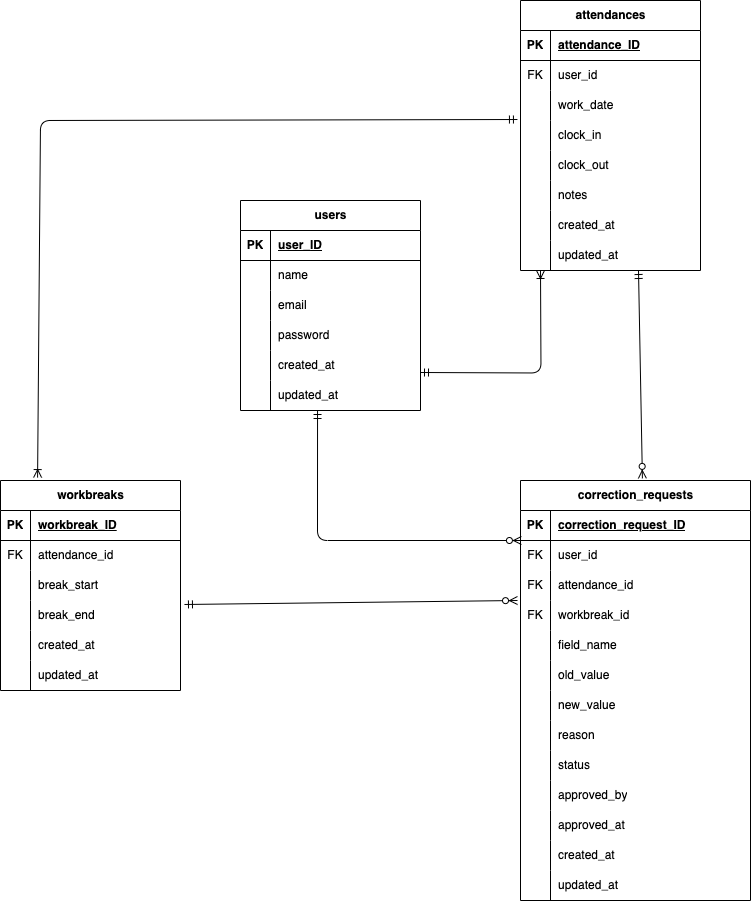
Maki625/mogi2 keeps this draw.io diagram as docs/er.drawio.png. Above is the earlier version. Source tidied: cells renumbered, new cells last; positions are measured from the earlier drawing's top-left corner, leaving out a move shared by most shapes.
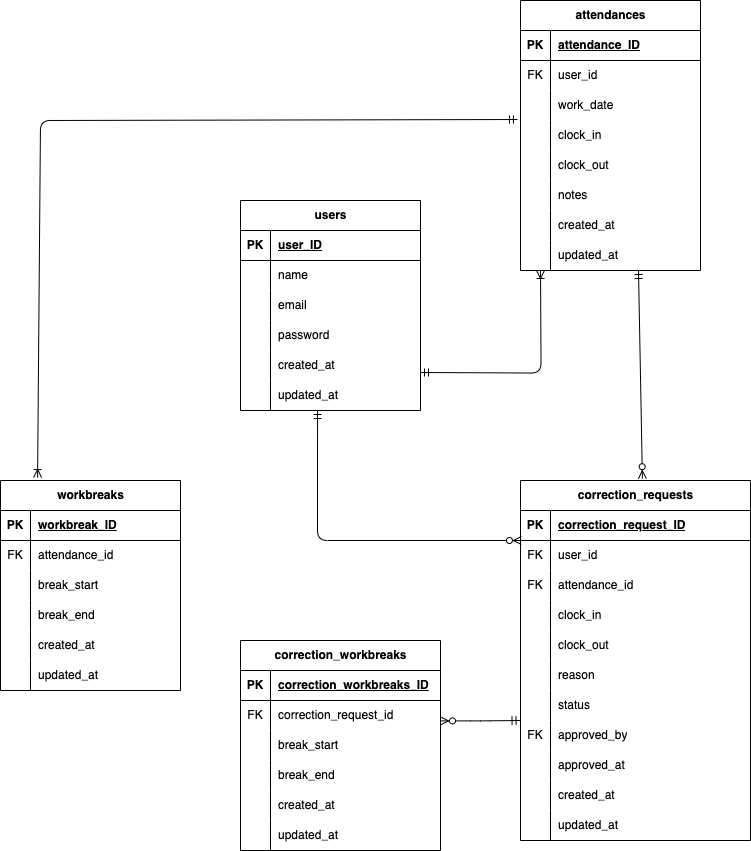
Above is the later version.

Diff of the diagram source:
```diff
@@ -192,7 +192,7 @@
       <mxGeometry x="30" width="150" height="30" as="geometry" />
     </mxCell>
     <mxCell id="65" value="correction_requests" style="shape=table;startSize=30;rowLines=0;fontStyle=1;align=center;html=1;" parent="1" vertex="1">
-      <mxGeometry x="520" y="480" width="230" height="420" as="geometry" />
+      <mxGeometry x="520" y="480" width="230" height="360" as="geometry" />
     </mxCell>
     <mxCell id="66" style="shape=tableRow;horizontal=0;startSize=0;swimlaneHead=0;swimlaneBody=0;fillColor=none;top=0;left=0;right=0;bottom=1;" parent="65" vertex="1">
       <mxGeometry y="30" width="230" height="30" as="geometry" />
@@ -224,10 +224,10 @@
     <mxCell id="75" style="shape=tableRow;horizontal=0;startSize=0;swimlaneHead=0;swimlaneBody=0;fillColor=none;points=[[0,0.5],[1,0.5]];portConstraint=eastwest;top=0;left=0;right=0;bottom=0;" parent="65" vertex="1">
       <mxGeometry y="120" width="230" height="30" as="geometry" />
     </mxCell>
-    <mxCell id="76" value="FK" style="shape=partialRectangle;fillColor=none;top=0;left=0;bottom=0;right=0;overflow=hidden;whiteSpace=wrap;html=1;" parent="75" vertex="1">
+    <mxCell id="76" style="shape=partialRectangle;fillColor=none;top=0;left=0;bottom=0;right=0;overflow=hidden;whiteSpace=wrap;html=1;" parent="75" vertex="1">
       <mxGeometry width="30" height="30" as="geometry" />
     </mxCell>
-    <mxCell id="77" value="workbreak_id" style="shape=partialRectangle;fillColor=none;top=0;left=0;bottom=0;right=0;align=left;spacingLeft=6;overflow=hidden;whiteSpace=wrap;html=1;" parent="75" vertex="1">
+    <mxCell id="77" value="clock_in" style="shape=partialRectangle;fillColor=none;top=0;left=0;bottom=0;right=0;align=left;spacingLeft=6;overflow=hidden;whiteSpace=wrap;html=1;" parent="75" vertex="1">
       <mxGeometry x="30" width="200" height="30" as="geometry" />
     </mxCell>
     <mxCell id="78" style="shape=tableRow;horizontal=0;startSize=0;swimlaneHead=0;swimlaneBody=0;fillColor=none;top=0;left=0;right=0;bottom=0;" parent="65" vertex="1">
@@ -236,29 +236,11 @@
     <mxCell id="79" style="shape=partialRectangle;fillColor=none;top=0;left=0;bottom=0;right=0;overflow=hidden;whiteSpace=wrap;html=1;" parent="78" vertex="1">
       <mxGeometry width="30" height="30" as="geometry" />
     </mxCell>
-    <mxCell id="80" value="field_name" style="shape=partialRectangle;fillColor=none;top=0;left=0;bottom=0;right=0;align=left;spacingLeft=6;overflow=hidden;whiteSpace=wrap;html=1;" parent="78" vertex="1">
+    <mxCell id="80" value="clock_out" style="shape=partialRectangle;fillColor=none;top=0;left=0;bottom=0;right=0;align=left;spacingLeft=6;overflow=hidden;whiteSpace=wrap;html=1;" parent="78" vertex="1">
       <mxGeometry x="30" width="200" height="30" as="geometry" />
     </mxCell>
-    <mxCell id="81" style="shape=tableRow;horizontal=0;startSize=0;swimlaneHead=0;swimlaneBody=0;fillColor=none;top=0;left=0;right=0;bottom=0;" parent="65" vertex="1">
-      <mxGeometry y="180" width="230" height="30" as="geometry" />
-    </mxCell>
-    <mxCell id="82" style="shape=partialRectangle;fillColor=none;top=0;left=0;bottom=0;right=0;overflow=hidden;whiteSpace=wrap;html=1;" parent="81" vertex="1">
-      <mxGeometry width="30" height="30" as="geometry" />
-    </mxCell>
-    <mxCell id="83" value="old_value" style="shape=partialRectangle;fillColor=none;top=0;left=0;bottom=0;right=0;align=left;spacingLeft=6;overflow=hidden;whiteSpace=wrap;html=1;" parent="81" vertex="1">
-      <mxGeometry x="30" width="200" height="30" as="geometry" />
-    </mxCell>
-    <mxCell id="84" style="shape=tableRow;horizontal=0;startSize=0;swimlaneHead=0;swimlaneBody=0;fillColor=none;top=0;left=0;right=0;bottom=0;" parent="65" vertex="1">
-      <mxGeometry y="210" width="230" height="30" as="geometry" />
-    </mxCell>
-    <mxCell id="85" style="shape=partialRectangle;fillColor=none;top=0;left=0;bottom=0;right=0;overflow=hidden;whiteSpace=wrap;html=1;" parent="84" vertex="1">
-      <mxGeometry width="30" height="30" as="geometry" />
-    </mxCell>
-    <mxCell id="86" value="new_value" style="shape=partialRectangle;fillColor=none;top=0;left=0;bottom=0;right=0;align=left;spacingLeft=6;overflow=hidden;whiteSpace=wrap;html=1;" parent="84" vertex="1">
-      <mxGeometry x="30" width="200" height="30" as="geometry" />
-    </mxCell>
     <mxCell id="87" style="shape=tableRow;horizontal=0;startSize=0;swimlaneHead=0;swimlaneBody=0;fillColor=none;top=0;left=0;right=0;bottom=0;" parent="65" vertex="1">
-      <mxGeometry y="240" width="230" height="30" as="geometry" />
+      <mxGeometry y="180" width="230" height="30" as="geometry" />
     </mxCell>
     <mxCell id="88" style="shape=partialRectangle;fillColor=none;top=0;left=0;bottom=0;right=0;overflow=hidden;whiteSpace=wrap;html=1;" parent="87" vertex="1">
       <mxGeometry width="30" height="30" as="geometry" />
@@ -267,7 +249,7 @@
       <mxGeometry x="30" width="200" height="30" as="geometry" />
     </mxCell>
     <mxCell id="90" style="shape=tableRow;horizontal=0;startSize=0;swimlaneHead=0;swimlaneBody=0;fillColor=none;top=0;left=0;right=0;bottom=0;" parent="65" vertex="1">
-      <mxGeometry y="270" width="230" height="30" as="geometry" />
+      <mxGeometry y="210" width="230" height="30" as="geometry" />
     </mxCell>
     <mxCell id="91" style="shape=partialRectangle;fillColor=none;top=0;left=0;bottom=0;right=0;overflow=hidden;whiteSpace=wrap;html=1;" parent="90" vertex="1">
       <mxGeometry width="30" height="30" as="geometry" />
@@ -276,16 +258,16 @@
       <mxGeometry x="30" width="200" height="30" as="geometry" />
     </mxCell>
     <mxCell id="93" style="shape=tableRow;horizontal=0;startSize=0;swimlaneHead=0;swimlaneBody=0;fillColor=none;top=0;left=0;right=0;bottom=0;" parent="65" vertex="1">
-      <mxGeometry y="300" width="230" height="30" as="geometry" />
+      <mxGeometry y="240" width="230" height="30" as="geometry" />
     </mxCell>
-    <mxCell id="94" style="shape=partialRectangle;fillColor=none;top=0;left=0;bottom=0;right=0;overflow=hidden;whiteSpace=wrap;html=1;" parent="93" vertex="1">
+    <mxCell id="94" value="FK" style="shape=partialRectangle;fillColor=none;top=0;left=0;bottom=0;right=0;overflow=hidden;whiteSpace=wrap;html=1;" parent="93" vertex="1">
       <mxGeometry width="30" height="30" as="geometry" />
     </mxCell>
     <mxCell id="95" value="approved_by" style="shape=partialRectangle;fillColor=none;top=0;left=0;bottom=0;right=0;align=left;spacingLeft=6;overflow=hidden;whiteSpace=wrap;html=1;" parent="93" vertex="1">
       <mxGeometry x="30" width="200" height="30" as="geometry" />
     </mxCell>
     <mxCell id="96" style="shape=tableRow;horizontal=0;startSize=0;swimlaneHead=0;swimlaneBody=0;fillColor=none;top=0;left=0;right=0;bottom=0;" parent="65" vertex="1">
-      <mxGeometry y="330" width="230" height="30" as="geometry" />
+      <mxGeometry y="270" width="230" height="30" as="geometry" />
     </mxCell>
     <mxCell id="97" style="shape=partialRectangle;fillColor=none;top=0;left=0;bottom=0;right=0;overflow=hidden;whiteSpace=wrap;html=1;" parent="96" vertex="1">
       <mxGeometry width="30" height="30" as="geometry" />
@@ -294,7 +276,7 @@
       <mxGeometry x="30" width="200" height="30" as="geometry" />
     </mxCell>
     <mxCell id="99" style="shape=tableRow;horizontal=0;startSize=0;swimlaneHead=0;swimlaneBody=0;fillColor=none;top=0;left=0;right=0;bottom=0;" parent="65" vertex="1">
-      <mxGeometry y="360" width="230" height="30" as="geometry" />
+      <mxGeometry y="300" width="230" height="30" as="geometry" />
     </mxCell>
     <mxCell id="100" style="shape=partialRectangle;fillColor=none;top=0;left=0;bottom=0;right=0;overflow=hidden;whiteSpace=wrap;html=1;" parent="99" vertex="1">
       <mxGeometry width="30" height="30" as="geometry" />
@@ -303,7 +285,7 @@
       <mxGeometry x="30" width="200" height="30" as="geometry" />
     </mxCell>
     <mxCell id="102" style="shape=tableRow;horizontal=0;startSize=0;swimlaneHead=0;swimlaneBody=0;fillColor=none;top=0;left=0;right=0;bottom=0;" parent="65" vertex="1">
-      <mxGeometry y="390" width="230" height="30" as="geometry" />
+      <mxGeometry y="330" width="230" height="30" as="geometry" />
     </mxCell>
     <mxCell id="103" style="shape=partialRectangle;fillColor=none;top=0;left=0;bottom=0;right=0;overflow=hidden;whiteSpace=wrap;html=1;" parent="102" vertex="1">
       <mxGeometry width="30" height="30" as="geometry" />
@@ -336,8 +318,71 @@
         <mxPoint x="638" y="270" as="sourcePoint" />
       </mxGeometry>
     </mxCell>
-    <mxCell id="109" style="fontSize=12;html=1;endArrow=ERzeroToMany;startArrow=ERmandOne;exitX=1.022;exitY=0.133;exitDx=0;exitDy=0;exitPerimeter=0;entryX=-0.013;entryY=0;entryDx=0;entryDy=0;entryPerimeter=0;" parent="1" edge="1" source="31" target="75">
-      <mxGeometry relative="1" as="geometry" />
-    </mxCell>
+    <mxCell id="110" value="correction_workbreaks" style="shape=table;startSize=30;rowLines=0;fontStyle=1;align=center;html=1;" parent="1" vertex="1">
+      <mxGeometry x="240" y="640" width="200" height="210" as="geometry" />
+    </mxCell>
+    <mxCell id="111" style="shape=tableRow;horizontal=0;startSize=0;swimlaneHead=0;swimlaneBody=0;fillColor=none;top=0;left=0;right=0;bottom=1;" parent="110" vertex="1">
+      <mxGeometry y="30" width="200" height="30" as="geometry" />
+    </mxCell>
+    <mxCell id="112" value="PK" style="shape=partialRectangle;fillColor=none;top=0;left=0;bottom=0;right=0;fontStyle=1;overflow=hidden;whiteSpace=wrap;html=1;" parent="111" vertex="1">
+      <mxGeometry width="30" height="30" as="geometry" />
+    </mxCell>
+    <mxCell id="113" value="correction_workbreaks_ID" style="shape=partialRectangle;fillColor=none;top=0;left=0;bottom=0;right=0;align=left;spacingLeft=6;fontStyle=5;overflow=hidden;whiteSpace=wrap;html=1;" parent="111" vertex="1">
+      <mxGeometry x="30" width="170" height="30" as="geometry" />
+    </mxCell>
+    <mxCell id="114" style="shape=tableRow;horizontal=0;startSize=0;swimlaneHead=0;swimlaneBody=0;fillColor=none;top=0;left=0;right=0;bottom=0;" parent="110" vertex="1">
+      <mxGeometry y="60" width="200" height="30" as="geometry" />
+    </mxCell>
+    <mxCell id="115" value="FK" style="shape=partialRectangle;fillColor=none;top=0;left=0;bottom=0;right=0;overflow=hidden;whiteSpace=wrap;html=1;" parent="114" vertex="1">
+      <mxGeometry width="30" height="30" as="geometry" />
+    </mxCell>
+    <mxCell id="116" value="correction_request_id" style="shape=partialRectangle;fillColor=none;top=0;left=0;bottom=0;right=0;align=left;spacingLeft=6;overflow=hidden;whiteSpace=wrap;html=1;" parent="114" vertex="1">
+      <mxGeometry x="30" width="170" height="30" as="geometry" />
+    </mxCell>
+    <mxCell id="117" style="shape=tableRow;horizontal=0;startSize=0;swimlaneHead=0;swimlaneBody=0;fillColor=none;top=0;left=0;right=0;bottom=0;" parent="110" vertex="1">
+      <mxGeometry y="90" width="200" height="30" as="geometry" />
+    </mxCell>
+    <mxCell id="118" style="shape=partialRectangle;fillColor=none;top=0;left=0;bottom=0;right=0;overflow=hidden;whiteSpace=wrap;html=1;" parent="117" vertex="1">
+      <mxGeometry width="30" height="30" as="geometry" />
+    </mxCell>
+    <mxCell id="119" value="break_start" style="shape=partialRectangle;fillColor=none;top=0;left=0;bottom=0;right=0;align=left;spacingLeft=6;overflow=hidden;whiteSpace=wrap;html=1;" parent="117" vertex="1">
+      <mxGeometry x="30" width="170" height="30" as="geometry" />
+    </mxCell>
+    <mxCell id="120" style="shape=tableRow;horizontal=0;startSize=0;swimlaneHead=0;swimlaneBody=0;fillColor=none;top=0;left=0;right=0;bottom=0;" parent="110" vertex="1">
+      <mxGeometry y="120" width="200" height="30" as="geometry" />
+    </mxCell>
+    <mxCell id="121" style="shape=partialRectangle;fillColor=none;top=0;left=0;bottom=0;right=0;overflow=hidden;whiteSpace=wrap;html=1;" parent="120" vertex="1">
+      <mxGeometry width="30" height="30" as="geometry" />
+    </mxCell>
+    <mxCell id="122" value="break_end" style="shape=partialRectangle;fillColor=none;top=0;left=0;bottom=0;right=0;align=left;spacingLeft=6;overflow=hidden;whiteSpace=wrap;html=1;" parent="120" vertex="1">
+      <mxGeometry x="30" width="170" height="30" as="geometry" />
+    </mxCell>
+    <mxCell id="123" style="shape=tableRow;horizontal=0;startSize=0;swimlaneHead=0;swimlaneBody=0;fillColor=none;top=0;left=0;right=0;bottom=0;" parent="110" vertex="1">
+      <mxGeometry y="150" width="200" height="30" as="geometry" />
+    </mxCell>
+    <mxCell id="124" style="shape=partialRectangle;fillColor=none;top=0;left=0;bottom=0;right=0;overflow=hidden;whiteSpace=wrap;html=1;" parent="123" vertex="1">
+      <mxGeometry width="30" height="30" as="geometry" />
+    </mxCell>
+    <mxCell id="125" value="created_at" style="shape=partialRectangle;fillColor=none;top=0;left=0;bottom=0;right=0;align=left;spacingLeft=6;overflow=hidden;whiteSpace=wrap;html=1;" parent="123" vertex="1">
+      <mxGeometry x="30" width="170" height="30" as="geometry" />
+    </mxCell>
+    <mxCell id="126" style="shape=tableRow;horizontal=0;startSize=0;swimlaneHead=0;swimlaneBody=0;fillColor=none;top=0;left=0;right=0;bottom=0;" parent="110" vertex="1">
+      <mxGeometry y="180" width="200" height="30" as="geometry" />
+    </mxCell>
+    <mxCell id="127" style="shape=partialRectangle;fillColor=none;top=0;left=0;bottom=0;right=0;overflow=hidden;whiteSpace=wrap;html=1;" parent="126" vertex="1">
+      <mxGeometry width="30" height="30" as="geometry" />
+    </mxCell>
+    <mxCell id="128" value="updated_at" style="shape=partialRectangle;fillColor=none;top=0;left=0;bottom=0;right=0;align=left;spacingLeft=6;overflow=hidden;whiteSpace=wrap;html=1;" parent="126" vertex="1">
+      <mxGeometry x="30" width="170" height="30" as="geometry" />
+    </mxCell>
+    <mxCell id="129" style="fontSize=12;html=1;endArrow=ERzeroToMany;startArrow=ERmandOne;entryX=1;entryY=0.5;entryDx=0;entryDy=0;exitX=-0.002;exitY=0.82;exitDx=0;exitDy=0;exitPerimeter=0;" parent="1" edge="1">
+      <mxGeometry relative="1" as="geometry">
+        <mxPoint x="519.5" y="720" as="sourcePoint" />
+        <mxPoint x="440" y="720.4" as="targetPoint" />
+        <Array as="points">
+          <mxPoint x="480" y="720.4" />
+        </Array>
+      </mxGeometry>
+    </mxCell>
   </root>
 </mxGraphModel>
```
